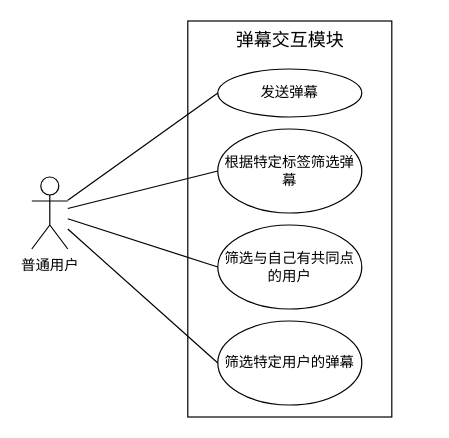
This is docs/Assets/AniLink-cloud/弹幕系统UML用例图.drawio from All1217/AniLink-Java, a draw.io file, before an edit. Source tidied: cells renumbered, new cells numbered last; positions are measured from the earlier drawing's top-left corner, leaving out a move shared by most shapes. Both pictures are drawn from the tidied source at 120%, with x=0, y=0 at pixel (31, 20).
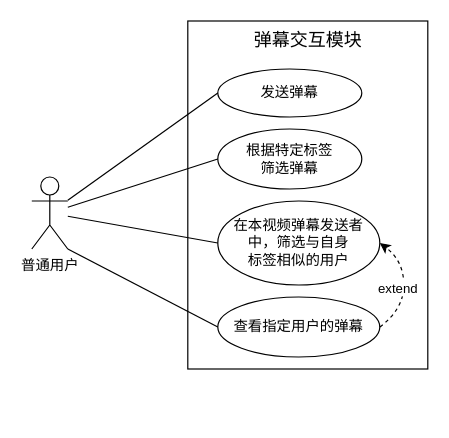
The same diagram, later.

What changed in the source:
```diff
@@
 <mxGraphModel>
   <root>
     <mxCell id="0" />
     <mxCell id="1" parent="0" />
     <mxCell id="2" value="普通用户" style="shape=umlActor;verticalLabelPosition=bottom;verticalAlign=top;html=1;outlineConnect=0;" parent="1" vertex="1">
       <mxGeometry y="130" width="30" height="60" as="geometry" />
     </mxCell>
     <mxCell id="3" style="rounded=0;whiteSpace=wrap;html=1;" parent="1" vertex="1">
-      <mxGeometry x="130" width="170" height="330" as="geometry" />
+      <mxGeometry x="130" width="200" height="290" as="geometry" />
     </mxCell>
     <mxCell id="4" value="&lt;font style=&quot;font-size: 15px;&quot;&gt;弹幕交互模块&lt;/font&gt;" style="text;html=1;align=center;verticalAlign=middle;whiteSpace=wrap;rounded=0;" parent="1" vertex="1">
-      <mxGeometry x="162.5" width="105" height="30" as="geometry" />
+      <mxGeometry x="177.5" width="105" height="30" as="geometry" />
     </mxCell>
     <mxCell id="5" value="发送弹幕" style="ellipse;whiteSpace=wrap;html=1;" parent="1" vertex="1">
       <mxGeometry x="155" y="40" width="120" height="40" as="geometry" />
     </mxCell>
-    <mxCell id="6" value="根据特定标签筛选弹幕" style="ellipse;whiteSpace=wrap;html=1;" parent="1" vertex="1">
-      <mxGeometry x="155" y="90" width="120" height="70" as="geometry" />
+    <mxCell id="6" value="根据特定标签&lt;div&gt;筛选弹幕&lt;/div&gt;" style="ellipse;whiteSpace=wrap;html=1;" parent="1" vertex="1">
+      <mxGeometry x="155" y="90" width="120" height="50" as="geometry" />
     </mxCell>
-    <mxCell id="7" value="筛选与自己有共同点的用户" style="ellipse;whiteSpace=wrap;html=1;" parent="1" vertex="1">
-      <mxGeometry x="155" y="170" width="120" height="70" as="geometry" />
+    <mxCell id="7" value="在本视频弹幕发送者&lt;div&gt;中，筛选与自身&lt;/div&gt;&lt;div&gt;标签相似的用户&lt;/div&gt;" style="ellipse;whiteSpace=wrap;html=1;" parent="1" vertex="1">
+      <mxGeometry x="155" y="150" width="135" height="70" as="geometry" />
     </mxCell>
-    <mxCell id="8" value="筛选特定用户的弹幕" style="ellipse;whiteSpace=wrap;html=1;" parent="1" vertex="1">
-      <mxGeometry x="155" y="250" width="120" height="70" as="geometry" />
+    <mxCell id="8" value="查看指定用户的弹幕" style="ellipse;whiteSpace=wrap;html=1;" parent="1" vertex="1">
+      <mxGeometry x="155" y="230" width="135" height="50" as="geometry" />
     </mxCell>
     <mxCell id="9" style="endArrow=none;html=1;rounded=0;entryX=0;entryY=0.5;entryDx=0;entryDy=0;" parent="1" edge="1" source="2" target="5">
       <mxGeometry relative="1" as="geometry" />
     </mxCell>
     <mxCell id="10" style="endArrow=none;html=1;rounded=0;entryX=0;entryY=0.5;entryDx=0;entryDy=0;" parent="1" edge="1" source="2" target="6">
       <mxGeometry relative="1" as="geometry" />
     </mxCell>
     <mxCell id="11" style="endArrow=none;html=1;rounded=0;entryX=0;entryY=0.5;entryDx=0;entryDy=0;" parent="1" edge="1" source="2" target="7">
       <mxGeometry relative="1" as="geometry" />
     </mxCell>
+    <mxCell id="13" style="curved=1;endArrow=classic;html=1;rounded=0;exitX=1;exitY=0.5;exitDx=0;exitDy=0;entryX=1;entryY=0.5;entryDx=0;entryDy=0;dashed=1;" parent="1" edge="1" source="8" target="7">
+      <mxGeometry relative="1" as="geometry">
+        <Array as="points">
+          <mxPoint x="310" y="240" />
+          <mxPoint x="310" y="200" />
+        </Array>
+      </mxGeometry>
+    </mxCell>
+    <mxCell id="14" value="extend" style="edgeLabel;html=1;align=center;verticalAlign=middle;" parent="13" vertex="1">
+      <mxGeometry x="-0.05" y="6" relative="1" as="geometry" />
+    </mxCell>
-    <mxCell id="12" style="endArrow=none;html=1;rounded=0;entryX=0;entryY=0.5;entryDx=0;entryDy=0;" parent="1" edge="1" source="2" target="8">
+    <mxCell id="12" style="endArrow=none;html=1;rounded=0;entryX=0;entryY=0.5;entryDx=0;entryDy=0;exitX=1;exitY=1;exitDx=0;exitDy=0;exitPerimeter=0;" parent="1" edge="1" source="2" target="8">
       <mxGeometry relative="1" as="geometry" />
     </mxCell>
   </root>
 </mxGraphModel>
```
